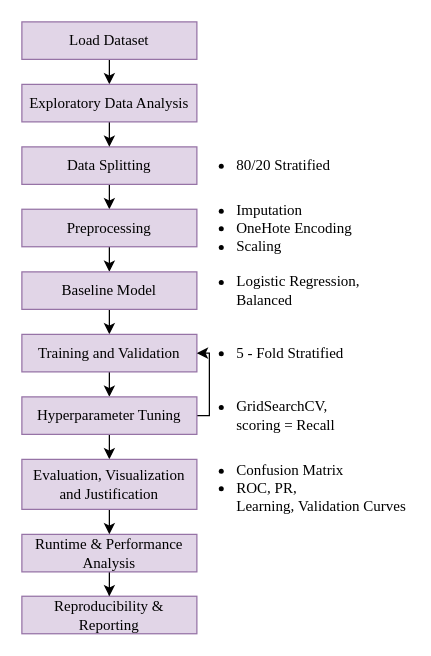
Before: Pipeline_CW1.drawio in PatriciaMunginga/Stroke-Prediction-Using-AI-and-ML, a draw.io diagram. Source tidied: cells renumbered, new cells numbered last; positions are measured from the earlier drawing's top-left corner, leaving out a move shared by most shapes. Both pictures are drawn from the tidied source at 125%, with x=0, y=0 at pixel (21, 21).
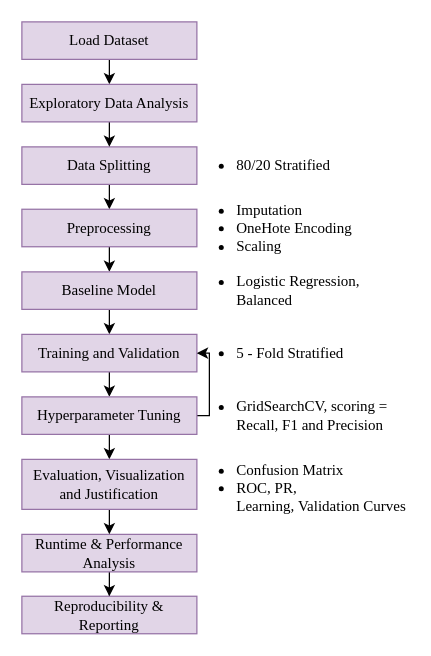
The same diagram, later.

Change to the diagram source:
```diff
@@
-    <mxCell id="25" value="&lt;ul&gt;&lt;li&gt;&lt;font face=&quot;Times New Roman&quot;&gt;GridSearchCV, scoring = Recall&lt;/font&gt;&lt;/li&gt;&lt;/ul&gt;" style="text;html=1;whiteSpace=wrap;strokeColor=none;fillColor=none;align=left;verticalAlign=middle;rounded=0;" parent="1" vertex="1">
-      <mxGeometry x="130" y="300" width="150" height="30" as="geometry" />
+    <mxCell id="25" value="&lt;ul&gt;&lt;li&gt;&lt;font face=&quot;Times New Roman&quot;&gt;GridSearchCV, scoring = Recall, F1 and Precision&lt;/font&gt;&lt;/li&gt;&lt;/ul&gt;" style="text;html=1;whiteSpace=wrap;strokeColor=none;fillColor=none;align=left;verticalAlign=middle;rounded=0;" parent="1" vertex="1">
+      <mxGeometry x="130" y="300" width="180" height="30" as="geometry" />
     </mxCell>
```
